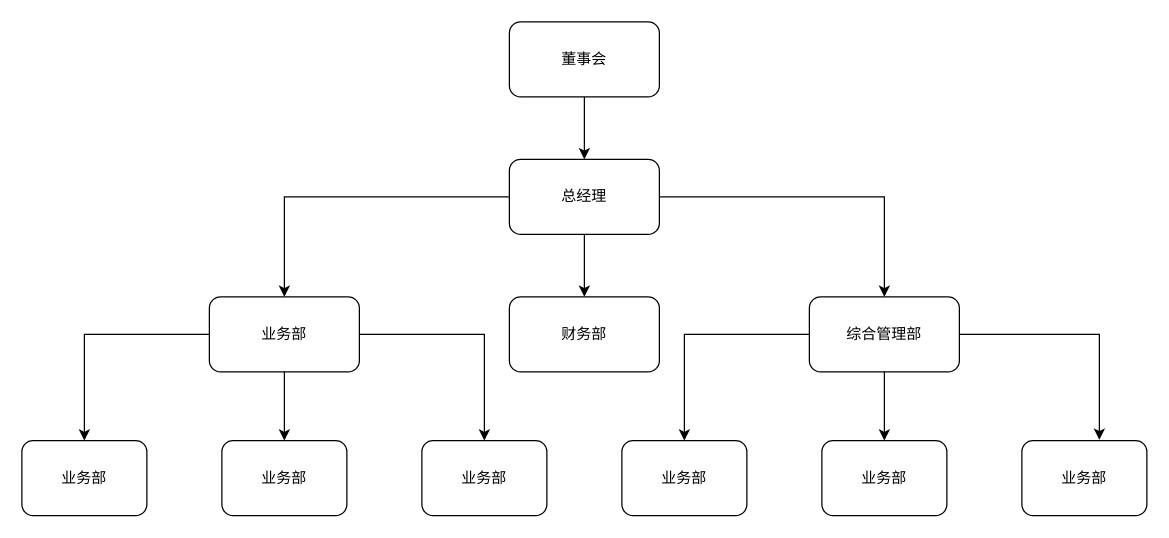
Above: src/未命名绘图.drawio in kupier/12306-electron (draw.io), before the change. Source tidied: cells renumbered, new cells numbered last; positions are measured from the earlier drawing's top-left corner, leaving out a move shared by most shapes. Both pictures are drawn from the tidied source at 125%, with x=0, y=0 at pixel (21, 21).
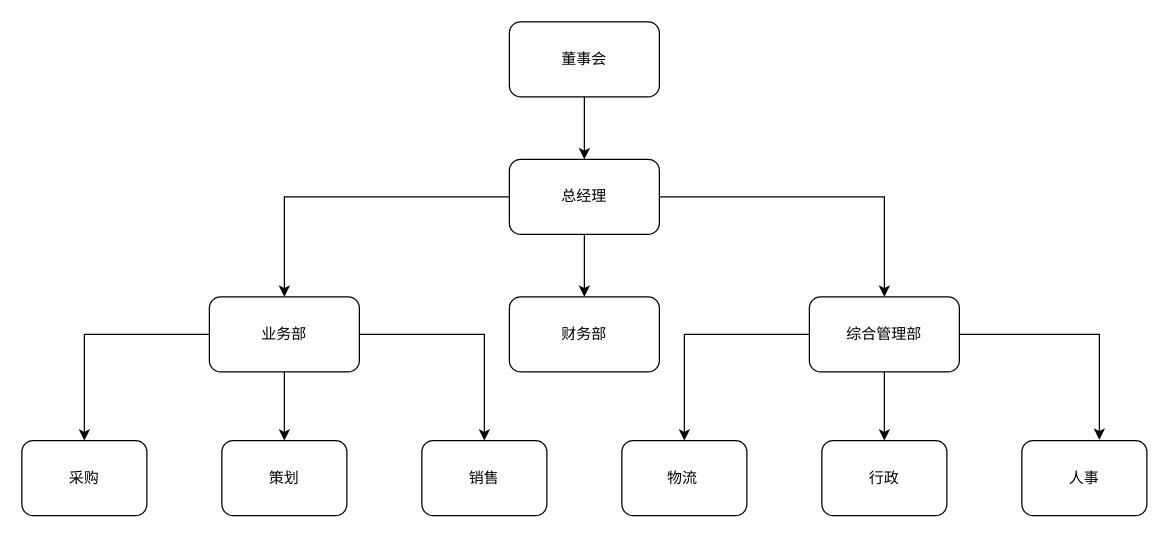
The same page after the edit.

Commit message:
更新未命名绘图.drawio

Change to the diagram source:
```diff
@@
-    <mxCell id="17" value="业务部" style="rounded=1;whiteSpace=wrap;html=1;" parent="1" vertex="1">
+    <mxCell id="17" value="采购" style="rounded=1;whiteSpace=wrap;html=1;" parent="1" vertex="1">
       <mxGeometry y="335" width="100" height="60" as="geometry" />
     </mxCell>
-    <mxCell id="18" value="业务部" style="rounded=1;whiteSpace=wrap;html=1;" parent="1" vertex="1">
+    <mxCell id="18" value="销售" style="rounded=1;whiteSpace=wrap;html=1;" parent="1" vertex="1">
       <mxGeometry x="320" y="335" width="100" height="60" as="geometry" />
     </mxCell>
-    <mxCell id="19" value="业务部" style="rounded=1;whiteSpace=wrap;html=1;" parent="1" vertex="1">
+    <mxCell id="19" value="策划" style="rounded=1;whiteSpace=wrap;html=1;" parent="1" vertex="1">
       <mxGeometry x="160" y="335" width="100" height="60" as="geometry" />
     </mxCell>
-    <mxCell id="20" value="业务部" style="rounded=1;whiteSpace=wrap;html=1;" parent="1" vertex="1">
+    <mxCell id="20" value="物流&lt;span style=&quot;white-space: pre;&quot;&gt;&#9;&lt;/span&gt;" style="rounded=1;whiteSpace=wrap;html=1;" parent="1" vertex="1">
       <mxGeometry x="480" y="335" width="100" height="60" as="geometry" />
     </mxCell>
-    <mxCell id="21" value="业务部" style="rounded=1;whiteSpace=wrap;html=1;" parent="1" vertex="1">
+    <mxCell id="21" value="人事" style="rounded=1;whiteSpace=wrap;html=1;" parent="1" vertex="1">
       <mxGeometry x="800" y="335" width="100" height="60" as="geometry" />
     </mxCell>
-    <mxCell id="22" value="业务部" style="rounded=1;whiteSpace=wrap;html=1;" parent="1" vertex="1">
+    <mxCell id="22" value="行政" style="rounded=1;whiteSpace=wrap;html=1;" parent="1" vertex="1">
       <mxGeometry x="640" y="335" width="100" height="60" as="geometry" />
     </mxCell>
```
